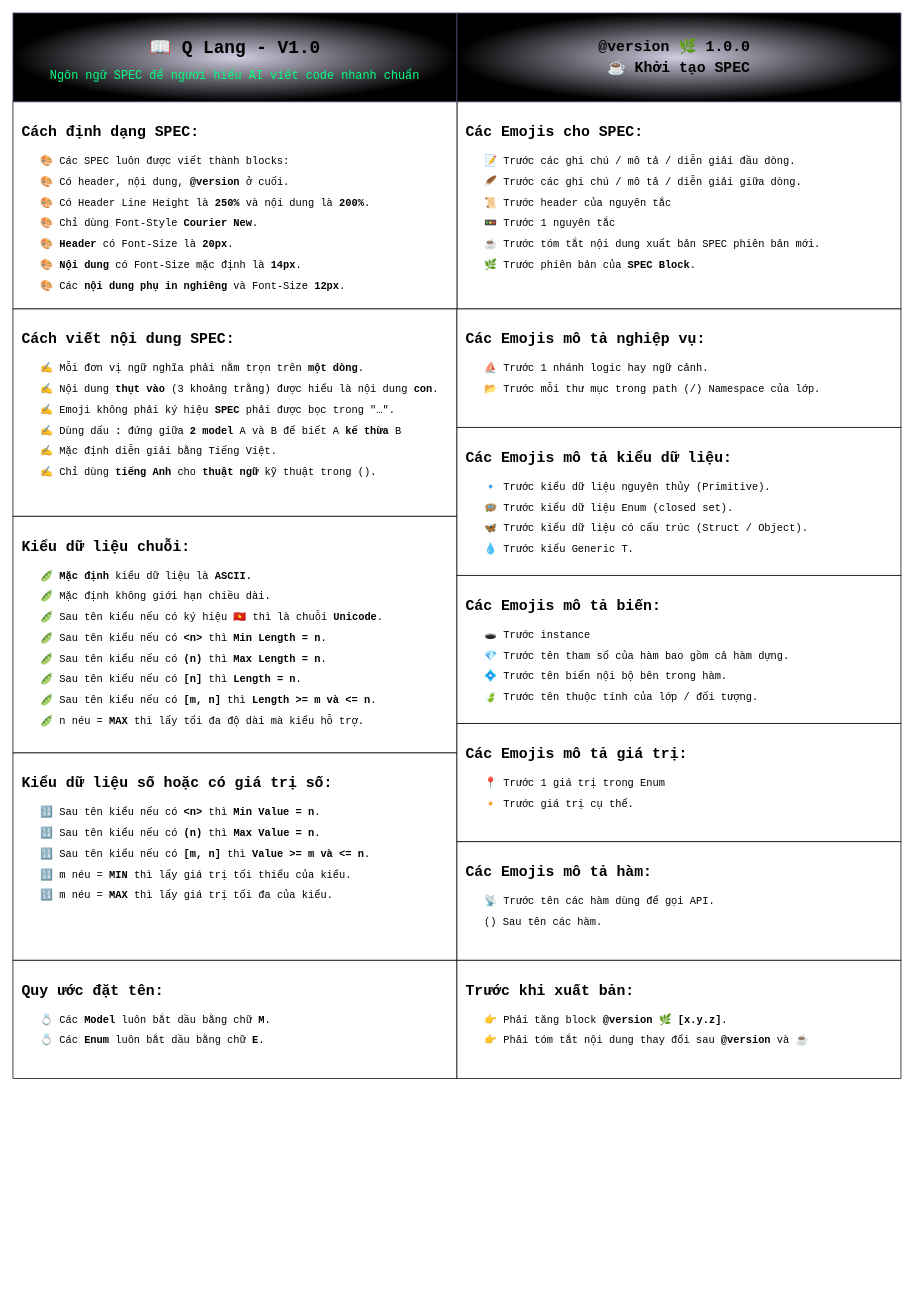
The draw.io diagram page "Rule" (1 of 7) of Rule.drawio in mind7285/qco-thuan-nhien, before the edit. Source tidied: cells renumbered, new cells numbered last; positions are measured from the earlier drawing's top-left corner, leaving out a move shared by most shapes. Both pictures are drawn from the tidied source at 74%, with x=0, y=0 at pixel (13, 13).
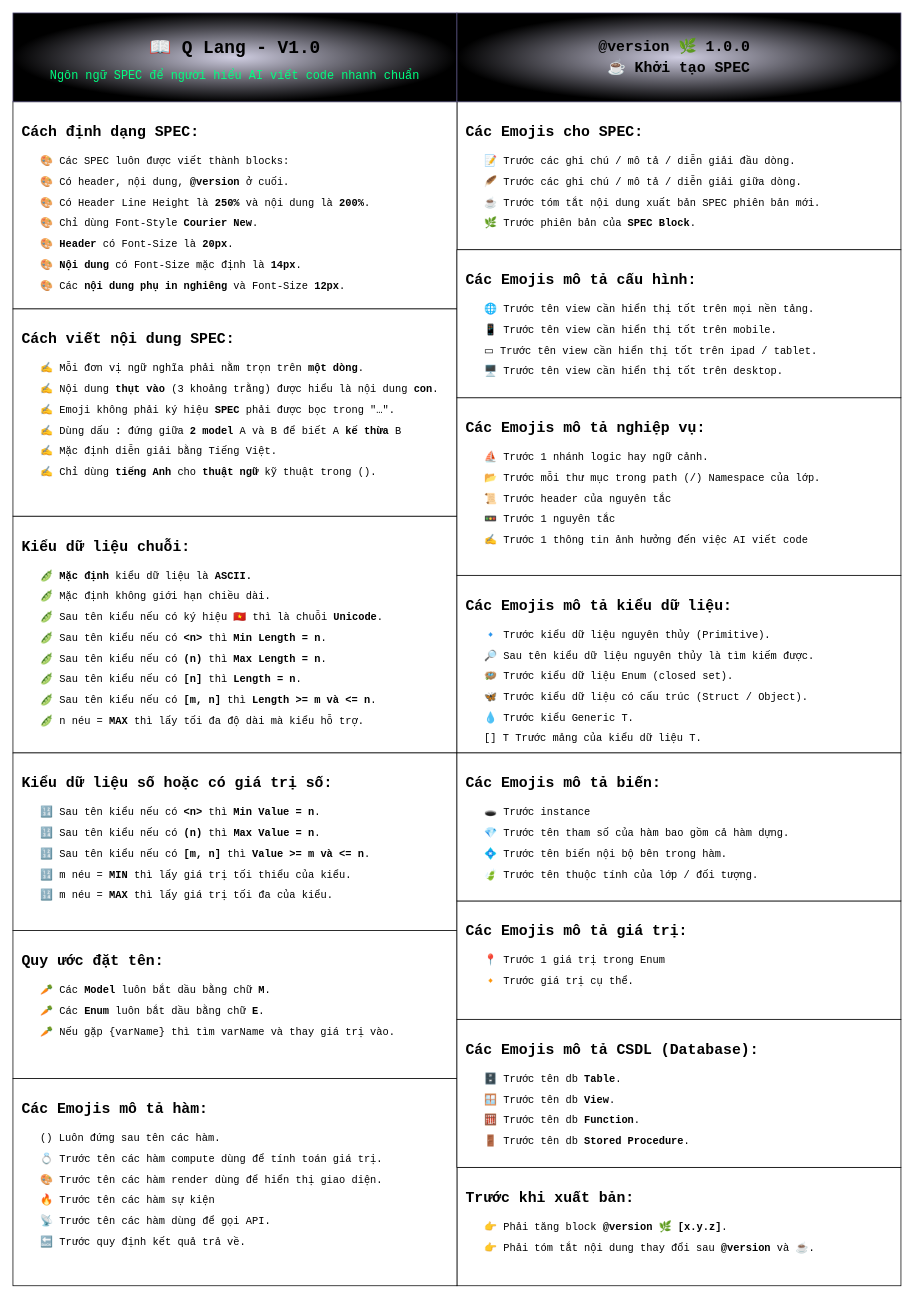
Above is the later version.

Diff of the diagram source:
```diff
@@
-    <mxCell id="2" value="&lt;div style=&quot;line-height: 200%;&quot;&gt;&lt;b&gt;&lt;font style=&quot;font-size: 20px; line-height: 250%;&quot;&gt;Quy ước đặt tên:&lt;br&gt;&lt;/font&gt;&lt;/b&gt;&amp;nbsp; &amp;nbsp;💍 Các &lt;b&gt;Model&lt;/b&gt; luôn bắt dầu bằng chữ &lt;b&gt;M&lt;/b&gt;.&lt;/div&gt;&lt;div style=&quot;line-height: 200%;&quot;&gt;&lt;div style=&quot;line-height: 28px;&quot;&gt;&amp;nbsp; &amp;nbsp;💍 Các&amp;nbsp;&lt;b&gt;Enum&lt;/b&gt;&amp;nbsp;luôn bắt dầu bằng chữ&amp;nbsp;&lt;b&gt;E&lt;/b&gt;.&lt;/div&gt;&lt;div style=&quot;line-height: 28px;&quot;&gt;&lt;br&gt;&lt;/div&gt;&lt;/div&gt;" style="whiteSpace=wrap;html=1;align=left;spacingLeft=10;verticalAlign=top;spacingTop=10;spacingRight=10;spacingBottom=10;fontFamily=Courier New;fontSize=14;" parent="1" vertex="1">
-      <mxGeometry y="1280" width="600" height="160" as="geometry" />
+    <mxCell id="2" value="&lt;div style=&quot;line-height: 200%;&quot;&gt;&lt;b&gt;&lt;font style=&quot;font-size: 20px; line-height: 250%;&quot;&gt;Quy ước đặt tên:&lt;br&gt;&lt;/font&gt;&lt;/b&gt;&amp;nbsp; &amp;nbsp;🥕 Các &lt;b&gt;Model&lt;/b&gt; luôn bắt dầu bằng chữ &lt;b&gt;M&lt;/b&gt;.&lt;/div&gt;&lt;div style=&quot;line-height: 200%;&quot;&gt;&lt;div style=&quot;line-height: 28px;&quot;&gt;&amp;nbsp; &amp;nbsp;🥕 Các&amp;nbsp;&lt;b&gt;Enum&lt;/b&gt;&amp;nbsp;luôn bắt dầu bằng chữ&amp;nbsp;&lt;b&gt;E&lt;/b&gt;.&lt;/div&gt;&lt;div style=&quot;line-height: 28px;&quot;&gt;&amp;nbsp; &amp;nbsp;🥕 Nếu gặp {varName} thì tìm&amp;nbsp;&lt;span style=&quot;background-color: transparent; color: light-dark(rgb(0, 0, 0), rgb(255, 255, 255));&quot;&gt;varName và thay giá trị vào.&lt;/span&gt;&lt;/div&gt;&lt;div style=&quot;line-height: 28px;&quot;&gt;&lt;br&gt;&lt;/div&gt;&lt;/div&gt;" style="whiteSpace=wrap;html=1;align=left;spacingLeft=10;verticalAlign=top;spacingTop=10;spacingRight=10;spacingBottom=10;fontFamily=Courier New;fontSize=14;" parent="1" vertex="1">
+      <mxGeometry y="1240" width="600" height="200" as="geometry" />
     </mxCell>
@@
-    <mxCell id="4" value="&lt;div style=&quot;line-height: 200%;&quot;&gt;&lt;div&gt;&lt;b&gt;&lt;font style=&quot;font-size: 20px; line-height: 250%;&quot;&gt;Các Emojis cho SPEC:&lt;/font&gt;&lt;/b&gt;&lt;br&gt;&lt;/div&gt;&lt;div&gt;&amp;nbsp; &amp;nbsp;📝 Trước các ghi chú / mô tả / diễn giải đầu dòng.&lt;/div&gt;&lt;div&gt;&amp;nbsp; &amp;nbsp;🪶 Trước&amp;nbsp;các ghi chú&amp;nbsp;/ mô tả /&amp;nbsp;diễn giải&amp;nbsp;giữa dòng.&lt;/div&gt;&lt;div&gt;&amp;nbsp; &amp;nbsp;📜 Trước header của nguyên tắc&lt;/div&gt;&lt;div&gt;&amp;nbsp; &amp;nbsp;🚥 Trước 1 nguyên tắc&lt;/div&gt;&lt;div&gt;&amp;nbsp; &amp;nbsp;☕️ Trước tóm tắt nội dung xuất bản SPEC phiên bản mới.&lt;/div&gt;&lt;div&gt;&amp;nbsp; &amp;nbsp;🌿 Trước phiên bản của &lt;b&gt;SPEC Block&lt;/b&gt;.&lt;/div&gt;&lt;/div&gt;" style="whiteSpace=wrap;html=1;align=left;spacingLeft=10;verticalAlign=top;spacingTop=10;spacingRight=10;spacingBottom=10;fontSize=14;fontFamily=Courier New;" parent="1" vertex="1">
-      <mxGeometry x="600" y="120" width="600" height="280" as="geometry" />
+    <mxCell id="4" value="&lt;div style=&quot;line-height: 200%;&quot;&gt;&lt;div&gt;&lt;b&gt;&lt;font style=&quot;font-size: 20px; line-height: 250%;&quot;&gt;Các Emojis cho SPEC:&lt;/font&gt;&lt;/b&gt;&lt;br&gt;&lt;/div&gt;&lt;div&gt;&amp;nbsp; &amp;nbsp;📝 Trước các ghi chú / mô tả / diễn giải đầu dòng.&lt;/div&gt;&lt;div&gt;&amp;nbsp; &amp;nbsp;🪶 Trước&amp;nbsp;các ghi chú&amp;nbsp;/ mô tả /&amp;nbsp;diễn giải&amp;nbsp;giữa dòng.&lt;/div&gt;&lt;div&gt;&amp;nbsp; &amp;nbsp;☕️ Trước tóm tắt nội dung xuất bản SPEC phiên bản mới.&lt;/div&gt;&lt;div&gt;&amp;nbsp; &amp;nbsp;🌿 Trước phiên bản của &lt;b&gt;SPEC Block&lt;/b&gt;.&lt;/div&gt;&lt;/div&gt;" style="whiteSpace=wrap;html=1;align=left;spacingLeft=10;verticalAlign=top;spacingTop=10;spacingRight=10;spacingBottom=10;fontSize=14;fontFamily=Courier New;" parent="1" vertex="1">
+      <mxGeometry x="600" y="120" width="600" height="200" as="geometry" />
     </mxCell>
@@
-    <mxCell id="8" value="&lt;div style=&quot;line-height: 200%;&quot;&gt;&lt;b&gt;&lt;font style=&quot;font-size: 20px; line-height: 250%;&quot;&gt;Trước khi xuất bản:&lt;br&gt;&lt;/font&gt;&lt;/b&gt;&amp;nbsp; &amp;nbsp;👉 Phải tăng block&amp;nbsp;&lt;b&gt;@version&amp;nbsp;🌿&amp;nbsp;[x.y.z]&lt;/b&gt;.&lt;/div&gt;&lt;div style=&quot;line-height: 200%;&quot;&gt;&amp;nbsp; &amp;nbsp;👉 Phải tóm tắt nội dung thay đổi sau &lt;b&gt;@version&lt;/b&gt; và&amp;nbsp;☕️&lt;/div&gt;" style="whiteSpace=wrap;html=1;align=left;spacingLeft=10;verticalAlign=top;spacingTop=10;spacingRight=10;spacingBottom=10;fontFamily=Courier New;fontSize=14;" parent="1" vertex="1">
-      <mxGeometry x="600" y="1280" width="600" height="160" as="geometry" />
+    <mxCell id="8" value="&lt;div style=&quot;line-height: 200%;&quot;&gt;&lt;b&gt;&lt;font style=&quot;font-size: 20px; line-height: 250%;&quot;&gt;Trước khi xuất bản:&lt;br&gt;&lt;/font&gt;&lt;/b&gt;&amp;nbsp; &amp;nbsp;👉 Phải tăng block&amp;nbsp;&lt;b&gt;@version&amp;nbsp;🌿&amp;nbsp;[x.y.z]&lt;/b&gt;.&lt;/div&gt;&lt;div style=&quot;line-height: 200%;&quot;&gt;&amp;nbsp; &amp;nbsp;👉 Phải tóm tắt nội dung thay đổi sau &lt;b&gt;@version&lt;/b&gt; và&amp;nbsp;☕️.&lt;/div&gt;" style="whiteSpace=wrap;html=1;align=left;spacingLeft=10;verticalAlign=top;spacingTop=10;spacingRight=10;spacingBottom=10;fontFamily=Courier New;fontSize=14;" parent="1" vertex="1">
+      <mxGeometry x="600" y="1560" width="600" height="160" as="geometry" />
     </mxCell>
@@
     <mxCell id="10" value="&lt;div style=&quot;line-height: 200%;&quot;&gt;&lt;b&gt;&lt;font style=&quot;font-size: 20px; line-height: 250%;&quot;&gt;Kiểu dữ liệu số hoặc có giá trị số:&lt;/font&gt;&lt;/b&gt;&lt;/div&gt;&lt;div style=&quot;line-height: 200%;&quot;&gt;&amp;nbsp; &amp;nbsp;&lt;span style=&quot;background-color: transparent; color: light-dark(rgb(0, 0, 0), rgb(255, 255, 255));&quot;&gt;🔢&lt;/span&gt;&lt;span style=&quot;background-color: transparent; color: light-dark(rgb(0, 0, 0), rgb(255, 255, 255));&quot;&gt;&amp;nbsp;&lt;/span&gt;&lt;span style=&quot;background-color: transparent; color: light-dark(rgb(0, 0, 0), rgb(255, 255, 255));&quot;&gt;&lt;/span&gt;&lt;span style=&quot;background-color: transparent; color: light-dark(rgb(0, 0, 0), rgb(255, 255, 255));&quot;&gt;Sau tên kiểu nếu&amp;nbsp;có&amp;nbsp;&lt;/span&gt;&lt;b style=&quot;background-color: transparent; color: light-dark(rgb(0, 0, 0), rgb(255, 255, 255));&quot;&gt;&amp;lt;n&amp;gt;&lt;/b&gt;&lt;span style=&quot;background-color: transparent; color: light-dark(rgb(0, 0, 0), rgb(255, 255, 255));&quot;&gt;&amp;nbsp;thì&amp;nbsp;&lt;/span&gt;&lt;b style=&quot;background-color: transparent; color: light-dark(rgb(0, 0, 0), rgb(255, 255, 255));&quot;&gt;Min&amp;nbsp;&lt;/b&gt;&lt;b style=&quot;background-color: transparent; color: light-dark(rgb(0, 0, 0), rgb(255, 255, 255));&quot;&gt;Value&lt;/b&gt;&lt;span style=&quot;background-color: transparent; color: light-dark(rgb(0, 0, 0), rgb(255, 255, 255));&quot;&gt;&amp;nbsp;&lt;/span&gt;&lt;b style=&quot;background-color: transparent; color: light-dark(rgb(0, 0, 0), rgb(255, 255, 255));&quot;&gt;= n&lt;/b&gt;&lt;span style=&quot;background-color: transparent; color: light-dark(rgb(0, 0, 0), rgb(255, 255, 255));&quot;&gt;.&lt;/span&gt;&lt;/div&gt;&lt;div style=&quot;line-height: 200%;&quot;&gt;&amp;nbsp; &amp;nbsp;&lt;span style=&quot;background-color: transparent; color: light-dark(rgb(0, 0, 0), rgb(255, 255, 255));&quot;&gt;🔢&lt;/span&gt;&lt;span style=&quot;background-color: transparent; color: light-dark(rgb(0, 0, 0), rgb(255, 255, 255));&quot;&gt;&amp;nbsp;&lt;/span&gt;&lt;span style=&quot;background-color: transparent; color: light-dark(rgb(0, 0, 0), rgb(255, 255, 255));&quot;&gt;Sau tên kiểu nếu có&lt;/span&gt;&lt;span style=&quot;background-color: transparent; color: light-dark(rgb(0, 0, 0), rgb(255, 255, 255));&quot;&gt;&amp;nbsp;&lt;/span&gt;&lt;b style=&quot;background-color: transparent; color: light-dark(rgb(0, 0, 0), rgb(255, 255, 255));&quot;&gt;(n)&lt;/b&gt;&lt;span style=&quot;background-color: transparent; color: light-dark(rgb(0, 0, 0), rgb(255, 255, 255));&quot;&gt;&amp;nbsp;&lt;/span&gt;&lt;span style=&quot;background-color: transparent; color: light-dark(rgb(0, 0, 0), rgb(255, 255, 255));&quot;&gt;thì&lt;/span&gt;&lt;span style=&quot;background-color: transparent; color: light-dark(rgb(0, 0, 0), rgb(255, 255, 255));&quot;&gt;&amp;nbsp;&lt;/span&gt;&lt;b style=&quot;background-color: transparent; color: light-dark(rgb(0, 0, 0), rgb(255, 255, 255));&quot;&gt;Max Value&lt;/b&gt;&lt;span style=&quot;background-color: transparent; color: light-dark(rgb(0, 0, 0), rgb(255, 255, 255));&quot;&gt;&amp;nbsp;&lt;/span&gt;&lt;b style=&quot;background-color: transparent; color: light-dark(rgb(0, 0, 0), rgb(255, 255, 255));&quot;&gt;= n&lt;/b&gt;&lt;span style=&quot;background-color: transparent; color: light-dark(rgb(0, 0, 0), rgb(255, 255, 255));&quot;&gt;.&lt;/span&gt;&lt;/div&gt;&lt;div style=&quot;line-height: 200%;&quot;&gt;&amp;nbsp; &amp;nbsp;&lt;span style=&quot;background-color: transparent; color: light-dark(rgb(0, 0, 0), rgb(255, 255, 255));&quot;&gt;🔢&lt;/span&gt;&lt;span style=&quot;background-color: transparent; color: light-dark(rgb(0, 0, 0), rgb(255, 255, 255));&quot;&gt;&amp;nbsp;&lt;/span&gt;&lt;span style=&quot;background-color: transparent; color: light-dark(rgb(0, 0, 0), rgb(255, 255, 255));&quot;&gt;Sau tên kiểu&amp;nbsp;nếu&amp;nbsp;có &lt;b&gt;[m, n]&lt;/b&gt; thì &lt;b&gt;Value &amp;gt;= m và &amp;lt;= n&lt;/b&gt;.&lt;/span&gt;&lt;/div&gt;&lt;div style=&quot;line-height: 200%;&quot;&gt;&amp;nbsp; &amp;nbsp;&lt;span style=&quot;background-color: transparent; color: light-dark(rgb(0, 0, 0), rgb(255, 255, 255));&quot;&gt;🔢&lt;/span&gt;&lt;span style=&quot;background-color: transparent; color: light-dark(rgb(0, 0, 0), rgb(255, 255, 255));&quot;&gt;&amp;nbsp;m&lt;/span&gt;&lt;span style=&quot;background-color: transparent; color: light-dark(rgb(0, 0, 0), rgb(255, 255, 255));&quot;&gt;&amp;nbsp;néu = &lt;b&gt;MIN&lt;/b&gt;&amp;nbsp;thì lấy giá trị&amp;nbsp;&lt;/span&gt;&lt;span style=&quot;background-color: transparent; color: light-dark(rgb(0, 0, 0), rgb(255, 255, 255));&quot;&gt;tối thiểu của kiểu&lt;/span&gt;&lt;span style=&quot;background-color: transparent; color: light-dark(rgb(0, 0, 0), rgb(255, 255, 255));&quot;&gt;.&lt;/span&gt;&lt;/div&gt;&lt;div style=&quot;line-height: 200%;&quot;&gt;&amp;nbsp; &amp;nbsp;&lt;span style=&quot;background-color: transparent; color: light-dark(rgb(0, 0, 0), rgb(255, 255, 255));&quot;&gt;🔢&lt;/span&gt;&lt;span style=&quot;background-color: transparent; color: light-dark(rgb(0, 0, 0), rgb(255, 255, 255));&quot;&gt;&amp;nbsp;&lt;/span&gt;&lt;span style=&quot;background-color: transparent; color: light-dark(rgb(0, 0, 0), rgb(255, 255, 255));&quot;&gt;m&lt;/span&gt;&lt;span style=&quot;background-color: transparent; color: light-dark(rgb(0, 0, 0), rgb(255, 255, 255));&quot;&gt;&amp;nbsp;néu = &lt;b&gt;MAX&lt;/b&gt; thì lấy giá trị&amp;nbsp;&lt;/span&gt;&lt;span style=&quot;background-color: transparent; color: light-dark(rgb(0, 0, 0), rgb(255, 255, 255));&quot;&gt;tối đa của kiểu&lt;/span&gt;&lt;span style=&quot;background-color: transparent; color: light-dark(rgb(0, 0, 0), rgb(255, 255, 255));&quot;&gt;.&lt;/span&gt;&lt;/div&gt;" style="whiteSpace=wrap;html=1;align=left;spacingLeft=10;verticalAlign=top;spacingTop=10;spacingRight=10;spacingBottom=10;fontFamily=Courier New;fontSize=14;" parent="1" vertex="1">
-      <mxGeometry y="1000" width="600" height="280" as="geometry" />
+      <mxGeometry y="1000" width="600" height="240" as="geometry" />
     </mxCell>
-    <mxCell id="11" value="&lt;div style=&quot;line-height: 200%;&quot;&gt;&lt;div&gt;&lt;b&gt;&lt;font style=&quot;font-size: 20px; line-height: 250%;&quot;&gt;Các Emojis mô tả nghiệp vụ:&lt;br&gt;&lt;/font&gt;&lt;/b&gt;&amp;nbsp; &amp;nbsp;⛵️ Trước&amp;nbsp;1 nhánh logic hay ngữ cảnh.&lt;/div&gt;&lt;div&gt;&amp;nbsp; &amp;nbsp;📂 Trước mỗi thư mục trong path (/) Namespace của lớp.&lt;/div&gt;&lt;/div&gt;" style="whiteSpace=wrap;html=1;align=left;spacingLeft=10;verticalAlign=top;spacingTop=10;spacingRight=10;spacingBottom=10;fontSize=14;fontFamily=Courier New;" parent="1" vertex="1">
-      <mxGeometry x="600" y="400" width="600" height="160" as="geometry" />
+    <mxCell id="11" value="&lt;div style=&quot;line-height: 200%;&quot;&gt;&lt;div&gt;&lt;b&gt;&lt;font style=&quot;font-size: 20px; line-height: 250%;&quot;&gt;Các Emojis mô tả nghiệp vụ:&lt;br&gt;&lt;/font&gt;&lt;/b&gt;&amp;nbsp; &amp;nbsp;⛵️ Trước&amp;nbsp;1 nhánh logic hay ngữ cảnh.&lt;/div&gt;&lt;div&gt;&amp;nbsp; &amp;nbsp;📂 Trước mỗi thư mục trong path (/) Namespace của lớp.&lt;/div&gt;&lt;div&gt;&lt;div&gt;&amp;nbsp; &amp;nbsp;📜 Trước header của nguyên tắc&lt;/div&gt;&lt;div&gt;&amp;nbsp; &amp;nbsp;🚥 Trước 1 nguyên tắc&lt;/div&gt;&lt;/div&gt;&lt;div&gt;&amp;nbsp; &amp;nbsp;✍️ Trước 1 thông tin ảnh hưởng đến việc AI viết code&lt;/div&gt;&lt;/div&gt;" style="whiteSpace=wrap;html=1;align=left;spacingLeft=10;verticalAlign=top;spacingTop=10;spacingRight=10;spacingBottom=10;fontSize=14;fontFamily=Courier New;" parent="1" vertex="1">
+      <mxGeometry x="600" y="520" width="600" height="240" as="geometry" />
     </mxCell>
-    <mxCell id="12" value="&lt;div style=&quot;line-height: 200%;&quot;&gt;&lt;div&gt;&lt;b&gt;&lt;font style=&quot;font-size: 20px; line-height: 250%;&quot;&gt;Các Emojis mô tả giá trị:&lt;/font&gt;&lt;/b&gt;&lt;br&gt;&lt;/div&gt;&lt;div&gt;&amp;nbsp; &amp;nbsp;📍 Trước 1 giá trị trong Enum&lt;/div&gt;&lt;div&gt;&amp;nbsp; &amp;nbsp;🔸 Trước giá trị cụ thể.&lt;/div&gt;&lt;/div&gt;" style="whiteSpace=wrap;html=1;align=left;spacingLeft=10;verticalAlign=top;spacingTop=10;spacingRight=10;spacingBottom=10;fontSize=14;fontFamily=Courier New;" parent="1" vertex="1">
-      <mxGeometry x="600" y="960" width="600" height="160" as="geometry" />
+    <mxCell id="12" value="&lt;div style=&quot;line-height: 200%;&quot;&gt;&lt;div&gt;&lt;b&gt;&lt;font style=&quot;font-size: 20px; line-height: 250%;&quot;&gt;Các Emojis mô tả giá trị:&lt;/font&gt;&lt;/b&gt;&lt;br&gt;&lt;/div&gt;&lt;div&gt;&amp;nbsp; &amp;nbsp;📍 Trước 1 giá trị trong Enum&lt;/div&gt;&lt;div&gt;&amp;nbsp; &amp;nbsp;🔸 Trước giá trị cụ thể.&lt;/div&gt;&lt;div&gt;&amp;nbsp; &amp;nbsp;&lt;/div&gt;&lt;/div&gt;" style="whiteSpace=wrap;html=1;align=left;spacingLeft=10;verticalAlign=top;spacingTop=10;spacingRight=10;spacingBottom=10;fontSize=14;fontFamily=Courier New;" parent="1" vertex="1">
+      <mxGeometry x="600" y="1200" width="600" height="160" as="geometry" />
     </mxCell>
-    <mxCell id="13" value="&lt;div style=&quot;line-height: 200%;&quot;&gt;&lt;div&gt;&lt;b&gt;&lt;font style=&quot;font-size: 20px; line-height: 250%;&quot;&gt;Các Emojis mô tả hàm:&lt;/font&gt;&lt;/b&gt;&lt;br&gt;&lt;/div&gt;&lt;div&gt;&amp;nbsp; &amp;nbsp;📡 Trước tên các hàm dùng để gọi API.&lt;/div&gt;&lt;div&gt;&amp;nbsp; &amp;nbsp;() Sau tên các hàm.&lt;/div&gt;&lt;/div&gt;" style="whiteSpace=wrap;html=1;align=left;spacingLeft=10;verticalAlign=top;spacingTop=10;spacingRight=10;spacingBottom=10;fontSize=14;fontFamily=Courier New;" parent="1" vertex="1">
-      <mxGeometry x="600" y="1120" width="600" height="160" as="geometry" />
+    <mxCell id="13" value="&lt;div style=&quot;line-height: 200%;&quot;&gt;&lt;div&gt;&lt;b&gt;&lt;font style=&quot;font-size: 20px; line-height: 250%;&quot;&gt;Các Emojis mô tả hàm:&lt;/font&gt;&lt;/b&gt;&lt;br&gt;&lt;/div&gt;&lt;div&gt;&amp;nbsp; &amp;nbsp;&lt;span style=&quot;background-color: transparent; color: light-dark(rgb(0, 0, 0), rgb(255, 255, 255));&quot;&gt;() Luôn đứng sau tên các hàm.&lt;/span&gt;&lt;/div&gt;&lt;div&gt;&lt;span style=&quot;background-color: transparent; color: light-dark(rgb(0, 0, 0), rgb(255, 255, 255));&quot;&gt;&amp;nbsp; &amp;nbsp;💍&lt;/span&gt;&lt;span style=&quot;background-color: transparent; color: light-dark(rgb(0, 0, 0), rgb(255, 255, 255));&quot;&gt;&amp;nbsp;Trước tên các hàm compute dùng để tính toán giá trị.&lt;/span&gt;&lt;/div&gt;&lt;div&gt;&amp;nbsp; &amp;nbsp;🎨&lt;span style=&quot;background-color: transparent; color: light-dark(rgb(0, 0, 0), rgb(255, 255, 255));&quot;&gt;&amp;nbsp;Trước tên các hàm render dùng để hiển thị giao diện.&lt;/span&gt;&lt;/div&gt;&lt;div&gt;&lt;span style=&quot;background-color: transparent; color: light-dark(rgb(0, 0, 0), rgb(255, 255, 255));&quot;&gt;&amp;nbsp; &amp;nbsp;🔥 Trước tên các hàm sự kiện&lt;/span&gt;&lt;/div&gt;&lt;div&gt;&amp;nbsp; &amp;nbsp;📡 Trước tên các hàm dùng để gọi API.&lt;/div&gt;&lt;div&gt;&amp;nbsp; &amp;nbsp;🔙 Trước quy định kết quả trả về.&lt;/div&gt;&lt;/div&gt;" style="whiteSpace=wrap;html=1;align=left;spacingLeft=10;verticalAlign=top;spacingTop=10;spacingRight=10;spacingBottom=10;fontSize=14;fontFamily=Courier New;" parent="1" vertex="1">
+      <mxGeometry y="1440" width="600" height="280" as="geometry" />
     </mxCell>
-    <mxCell id="14" value="&lt;div style=&quot;line-height: 200%;&quot;&gt;&lt;div&gt;&lt;b&gt;&lt;font style=&quot;font-size: 20px; line-height: 250%;&quot;&gt;Các Emojis mô tả kiểu dữ liệu:&lt;/font&gt;&lt;/b&gt;&lt;/div&gt;&lt;div&gt;&amp;nbsp; &amp;nbsp;🔹 Trước&amp;nbsp;kiểu dữ liệu&amp;nbsp;nguyên thủy (Primitive).&lt;/div&gt;&lt;div&gt;&amp;nbsp; &amp;nbsp;🪺&amp;nbsp;Trước&amp;nbsp;kiểu dữ liệu&amp;nbsp;Enum&amp;nbsp;(closed set).&lt;/div&gt;&lt;div&gt;&amp;nbsp; &amp;nbsp;🦋 Trước&amp;nbsp;kiểu dữ liệu có cấu trúc (Struct / Object).&lt;/div&gt;&lt;div&gt;&amp;nbsp; &amp;nbsp;💧 Trước kiểu&amp;nbsp;Generic T.&lt;/div&gt;&lt;/div&gt;" style="whiteSpace=wrap;html=1;align=left;spacingLeft=10;verticalAlign=top;spacingTop=10;spacingRight=10;spacingBottom=10;fontSize=14;fontFamily=Courier New;" parent="1" vertex="1">
-      <mxGeometry x="600" y="560" width="600" height="200" as="geometry" />
+    <mxCell id="14" value="&lt;div style=&quot;line-height: 200%;&quot;&gt;&lt;div&gt;&lt;b&gt;&lt;font style=&quot;font-size: 20px; line-height: 250%;&quot;&gt;Các Emojis mô tả kiểu dữ liệu:&lt;/font&gt;&lt;/b&gt;&lt;/div&gt;&lt;div&gt;&amp;nbsp; &amp;nbsp;🔹 Trước&amp;nbsp;kiểu dữ liệu&amp;nbsp;nguyên thủy (Primitive).&lt;/div&gt;&lt;div&gt;&amp;nbsp; &amp;nbsp;🔎 Sau tên kiểu dữ liệu&amp;nbsp;nguyên thủy là tìm kiếm được.&lt;/div&gt;&lt;div&gt;&amp;nbsp; &amp;nbsp;🪺&amp;nbsp;Trước&amp;nbsp;kiểu dữ liệu&amp;nbsp;Enum&amp;nbsp;(closed set).&lt;/div&gt;&lt;div&gt;&amp;nbsp; &amp;nbsp;🦋 Trước&amp;nbsp;kiểu dữ liệu có cấu trúc (Struct / Object).&lt;/div&gt;&lt;div&gt;&amp;nbsp; &amp;nbsp;💧 Trước kiểu&amp;nbsp;Generic T.&lt;/div&gt;&lt;div&gt;&amp;nbsp; &amp;nbsp;[] T Trước mảng của kiểu dữ liệu T.&lt;/div&gt;&lt;div&gt;&lt;br&gt;&lt;/div&gt;&lt;/div&gt;" style="whiteSpace=wrap;html=1;align=left;spacingLeft=10;verticalAlign=top;spacingTop=10;spacingRight=10;spacingBottom=10;fontSize=14;fontFamily=Courier New;" parent="1" vertex="1">
+      <mxGeometry x="600" y="760" width="600" height="240" as="geometry" />
     </mxCell>
     <mxCell id="15" value="&lt;div style=&quot;line-height: 200%;&quot;&gt;&lt;div&gt;&lt;b&gt;&lt;font style=&quot;font-size: 20px; line-height: 250%;&quot;&gt;Các Emojis mô tả biến:&lt;/font&gt;&lt;/b&gt;&lt;/div&gt;&lt;div&gt;&amp;nbsp; &amp;nbsp;🕳️ Trước instance&lt;/div&gt;&lt;div&gt;&amp;nbsp; &amp;nbsp;💎&amp;nbsp;Trước tên tham số của hàm&amp;nbsp;bao gồm cả hàm dựng.&lt;/div&gt;&lt;div&gt;&amp;nbsp; &amp;nbsp;💠 Trước tên biến nội bộ bên trong hàm.&lt;/div&gt;&lt;div&gt;&amp;nbsp; &amp;nbsp;🍃&amp;nbsp;Trước tên thuộc tính của lớp / đối tượng.&lt;/div&gt;&lt;/div&gt;" style="whiteSpace=wrap;html=1;align=left;spacingLeft=10;verticalAlign=top;spacingTop=10;spacingRight=10;spacingBottom=10;fontSize=14;fontFamily=Courier New;" parent="1" vertex="1">
-      <mxGeometry x="600" y="760" width="600" height="200" as="geometry" />
+      <mxGeometry x="600" y="1000" width="600" height="200" as="geometry" />
     </mxCell>
+    <mxCell id="16" value="&lt;div style=&quot;line-height: 200%;&quot;&gt;&lt;div&gt;&lt;b&gt;&lt;font style=&quot;font-size: 20px; line-height: 250%;&quot;&gt;Các Emojis mô tả cấu hình:&lt;br&gt;&lt;/font&gt;&lt;/b&gt;&amp;nbsp; &amp;nbsp;🌐 Trước&amp;nbsp;tên view cần hiển thị tốt trên mọi nền tảng.&lt;/div&gt;&lt;div&gt;&amp;nbsp; &amp;nbsp;📱 Trước&amp;nbsp;tên view cần hiển thị tốt trên mobile.&lt;/div&gt;&lt;div&gt;&amp;nbsp; &amp;nbsp;▭&amp;nbsp;&lt;span style=&quot;background-color: transparent; color: light-dark(rgb(0, 0, 0), rgb(255, 255, 255));&quot;&gt;Trước&amp;nbsp;tên view cần hiển thị tốt trên ipad / tablet.&lt;/span&gt;&lt;/div&gt;&lt;div&gt;&amp;nbsp; &amp;nbsp;🖥️ Trước&amp;nbsp;tên view cần hiển thị tốt trên desktop.&lt;/div&gt;&lt;div&gt;&amp;nbsp; &amp;nbsp;&lt;/div&gt;&lt;/div&gt;" style="whiteSpace=wrap;html=1;align=left;spacingLeft=10;verticalAlign=top;spacingTop=10;spacingRight=10;spacingBottom=10;fontSize=14;fontFamily=Courier New;" parent="1" vertex="1">
+      <mxGeometry x="600" y="320" width="600" height="200" as="geometry" />
+    </mxCell>
+    <mxCell id="17" value="&lt;div style=&quot;line-height: 200%;&quot;&gt;&lt;div&gt;&lt;b&gt;&lt;font style=&quot;font-size: 20px; line-height: 250%;&quot;&gt;Các Emojis mô tả CSDL (Database):&lt;/font&gt;&lt;/b&gt;&lt;br&gt;&lt;/div&gt;&lt;div&gt;&amp;nbsp; &amp;nbsp;🗄️ Trước tên db &lt;b&gt;Table&lt;/b&gt;.&lt;/div&gt;&lt;div&gt;&amp;nbsp; &amp;nbsp;🪟 Trước tên db &lt;b&gt;View&lt;/b&gt;.&lt;/div&gt;&lt;div&gt;&amp;nbsp; &amp;nbsp;🧮 Trước tên db &lt;b&gt;Function&lt;/b&gt;.&lt;/div&gt;&lt;div&gt;&amp;nbsp; &amp;nbsp;🚪 Trước tên db &lt;b&gt;Stored Procedure&lt;/b&gt;.&lt;/div&gt;&lt;div&gt;&amp;nbsp; &amp;nbsp;&lt;/div&gt;&lt;div&gt;&amp;nbsp; &amp;nbsp;&lt;/div&gt;&lt;/div&gt;" style="whiteSpace=wrap;html=1;align=left;spacingLeft=10;verticalAlign=top;spacingTop=10;spacingRight=10;spacingBottom=10;fontSize=14;fontFamily=Courier New;" parent="1" vertex="1">
+      <mxGeometry x="600" y="1360" width="600" height="200" as="geometry" />
+    </mxCell>
```
